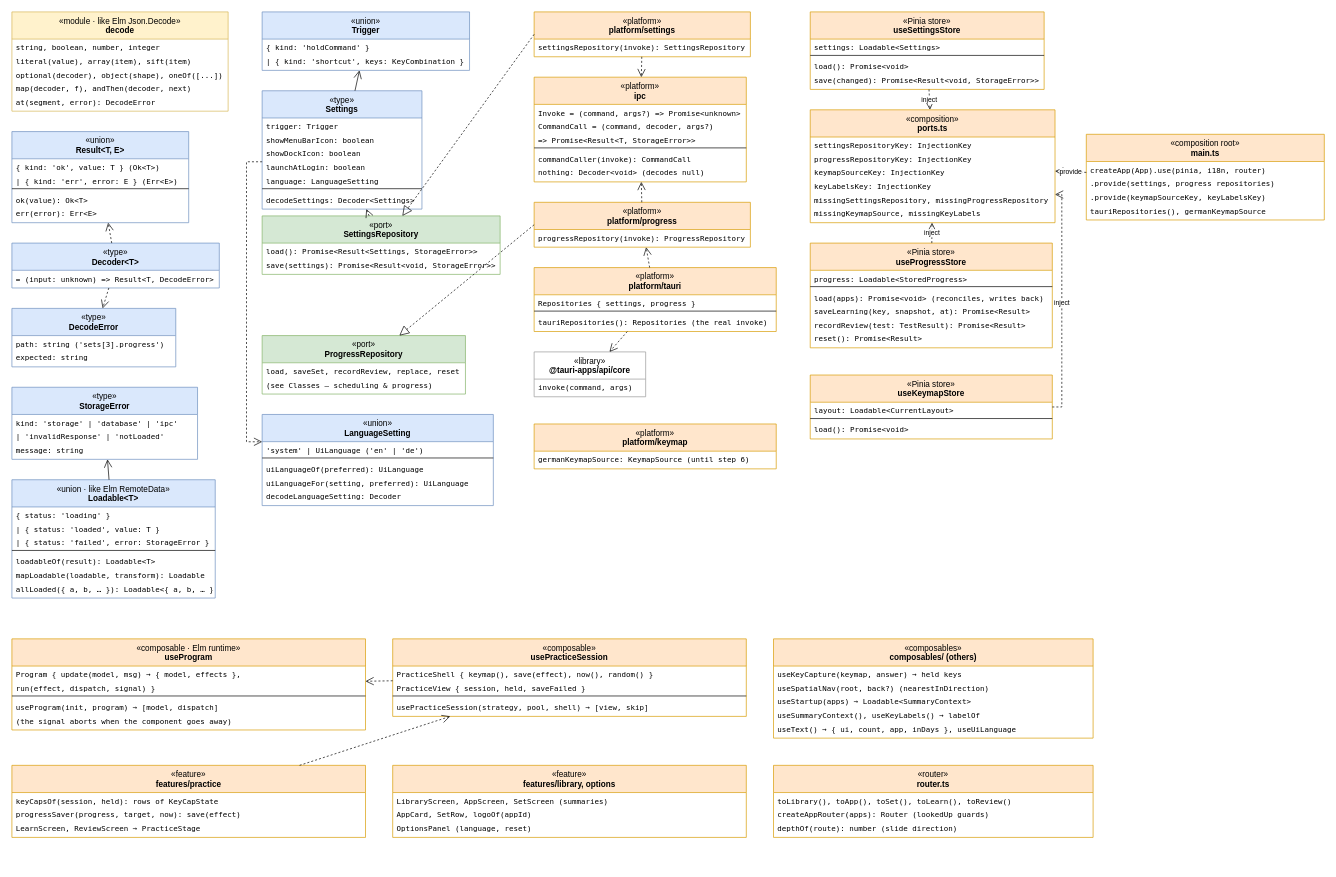
Above: page "Classes – settings, shared & shell" (5 of 10) of docs/uml.drawio in r0binius/mathe2-trainer (draw.io), before the change. Source tidied: cells renumbered, new cells numbered last; positions are measured from the earlier drawing's top-left corner, leaving out a move shared by most shapes. Both pictures are drawn from the tidied source at 68%, with x=0, y=0 at pixel (12, 12).
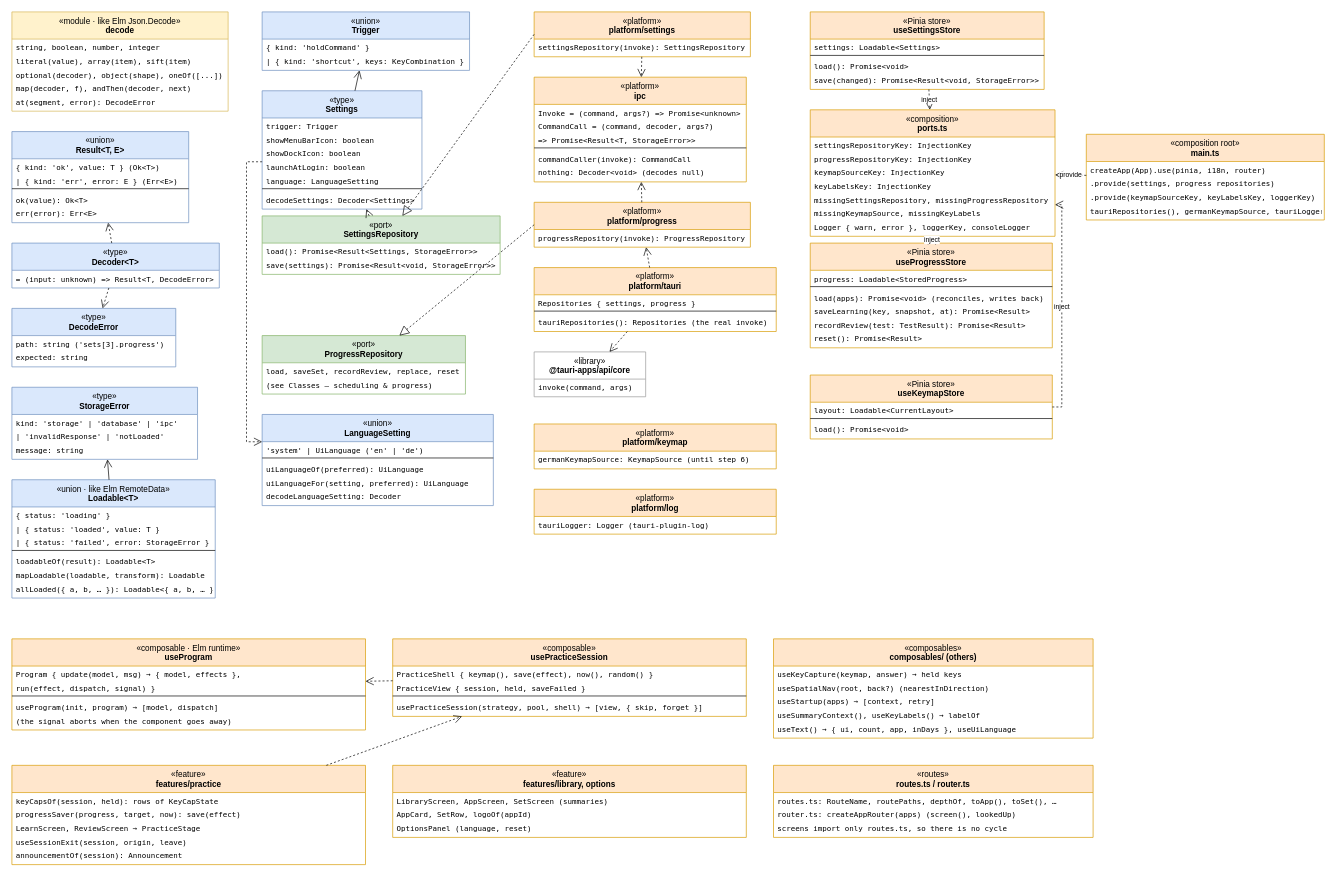
Above is the later version.

Unchanged cells that the change refers to:
```xml
<mxCell id="79" value="&amp;laquo;composition root&amp;raquo;&lt;br&gt;&lt;b&gt;main.ts&lt;/b&gt;" style="swimlane;fontStyle=0;align=center;verticalAlign=top;horizontal=1;startSize=40;html=1;whiteSpace=wrap;fillColor=#ffe6cc;strokeColor=#d79b00;swimlaneFillColor=#ffffff;" parent="1" vertex="1">
  <mxGeometry x="1580" y="180" width="350" height="126" as="geometry" />
</mxCell>
<mxCell id="122" value="&amp;laquo;composable&amp;raquo;&lt;br&gt;&lt;b&gt;usePracticeSession&lt;/b&gt;" style="swimlane;fontStyle=0;align=center;verticalAlign=top;horizontal=1;startSize=40;html=1;whiteSpace=wrap;fillColor=#ffe6cc;strokeColor=#d79b00;swimlaneFillColor=#ffffff;" parent="1" vertex="1">
  <mxGeometry x="560" y="922" width="520" height="114" as="geometry" />
</mxCell>
<mxCell id="127" value="&amp;laquo;composables&amp;raquo;&lt;br&gt;&lt;b&gt;composables/ (others)&lt;/b&gt;" style="swimlane;fontStyle=0;align=center;verticalAlign=top;horizontal=1;startSize=40;html=1;whiteSpace=wrap;fillColor=#ffe6cc;strokeColor=#d79b00;swimlaneFillColor=#ffffff;" parent="1" vertex="1">
  <mxGeometry x="1120" y="922" width="470" height="146" as="geometry" />
</mxCell>
```

Change to the diagram source:
```diff
@@
     <mxCell id="67" value="&amp;laquo;composition&amp;raquo;&lt;br&gt;&lt;b&gt;ports.ts&lt;/b&gt;" style="swimlane;fontStyle=0;align=center;verticalAlign=top;horizontal=1;startSize=40;html=1;whiteSpace=wrap;fillColor=#ffe6cc;strokeColor=#d79b00;swimlaneFillColor=#ffffff;" parent="1" vertex="1">
-      <mxGeometry x="1174" y="144" width="360" height="166" as="geometry" />
+      <mxGeometry x="1174" y="144" width="360" height="186" as="geometry" />
     </mxCell>
@@
-    <mxCell id="82" value=".provide(keymapSourceKey, keyLabelsKey)" style="text;strokeColor=none;fillColor=none;align=left;verticalAlign=top;spacingLeft=4;spacingRight=4;overflow=hidden;fontSize=11;fontFamily=Menlo;html=0;" parent="79" vertex="1">
+    <mxCell id="82" value=".provide(keymapSourceKey, keyLabelsKey, loggerKey)" style="text;strokeColor=none;fillColor=none;align=left;verticalAlign=top;spacingLeft=4;spacingRight=4;overflow=hidden;fontSize=11;fontFamily=Menlo;html=0;" parent="79" vertex="1">
       <mxGeometry y="80" width="350" height="20" as="geometry" />
     </mxCell>
-    <mxCell id="83" value="tauriRepositories(), germanKeymapSource" style="text;strokeColor=none;fillColor=none;align=left;verticalAlign=top;spacingLeft=4;spacingRight=4;overflow=hidden;fontSize=11;fontFamily=Menlo;html=0;" parent="79" vertex="1">
+    <mxCell id="83" value="tauriRepositories(), germanKeymapSource, tauriLogger" style="text;strokeColor=none;fillColor=none;align=left;verticalAlign=top;spacingLeft=4;spacingRight=4;overflow=hidden;fontSize=11;fontFamily=Menlo;html=0;" parent="79" vertex="1">
       <mxGeometry y="100" width="350" height="20" as="geometry" />
     </mxCell>
@@
-    <mxCell id="126" value="usePracticeSession(strategy, pool, shell) → [view, skip]" style="text;strokeColor=none;fillColor=none;align=left;verticalAlign=top;spacingLeft=4;spacingRight=4;overflow=hidden;fontSize=11;fontFamily=Menlo;html=0;" parent="122" vertex="1">
+    <mxCell id="126" value="usePracticeSession(strategy, pool, shell) → [view, { skip, forget }]" style="text;strokeColor=none;fillColor=none;align=left;verticalAlign=top;spacingLeft=4;spacingRight=4;overflow=hidden;fontSize=11;fontFamily=Menlo;html=0;" parent="122" vertex="1">
       <mxGeometry y="88" width="520" height="20" as="geometry" />
     </mxCell>
@@
-    <mxCell id="130" value="useStartup(apps) → Loadable&lt;SummaryContext&gt;" style="text;strokeColor=none;fillColor=none;align=left;verticalAlign=top;spacingLeft=4;spacingRight=4;overflow=hidden;fontSize=11;fontFamily=Menlo;html=0;" parent="127" vertex="1">
+    <mxCell id="130" value="useStartup(apps) → [context, retry]" style="text;strokeColor=none;fillColor=none;align=left;verticalAlign=top;spacingLeft=4;spacingRight=4;overflow=hidden;fontSize=11;fontFamily=Menlo;html=0;" parent="127" vertex="1">
       <mxGeometry y="80" width="470" height="20" as="geometry" />
     </mxCell>
@@
     <mxCell id="134" value="&amp;laquo;feature&amp;raquo;&lt;br&gt;&lt;b&gt;features/practice&lt;/b&gt;" style="swimlane;fontStyle=0;align=center;verticalAlign=top;horizontal=1;startSize=40;html=1;whiteSpace=wrap;fillColor=#ffe6cc;strokeColor=#d79b00;swimlaneFillColor=#ffffff;" parent="1" vertex="1">
-      <mxGeometry y="1108" width="520" height="106" as="geometry" />
+      <mxGeometry y="1108" width="520" height="146" as="geometry" />
     </mxCell>
@@
-    <mxCell id="142" value="&amp;laquo;router&amp;raquo;&lt;br&gt;&lt;b&gt;router.ts&lt;/b&gt;" style="swimlane;fontStyle=0;align=center;verticalAlign=top;horizontal=1;startSize=40;html=1;whiteSpace=wrap;fillColor=#ffe6cc;strokeColor=#d79b00;swimlaneFillColor=#ffffff;" parent="1" vertex="1">
+    <mxCell id="142" value="&amp;laquo;routes&amp;raquo;&lt;br&gt;&lt;b&gt;routes.ts / router.ts&lt;/b&gt;" style="swimlane;fontStyle=0;align=center;verticalAlign=top;horizontal=1;startSize=40;html=1;whiteSpace=wrap;fillColor=#ffe6cc;strokeColor=#d79b00;swimlaneFillColor=#ffffff;" parent="1" vertex="1">
       <mxGeometry x="1120" y="1108" width="470" height="106" as="geometry" />
     </mxCell>
-    <mxCell id="143" value="toLibrary(), toApp(), toSet(), toLearn(), toReview()" style="text;strokeColor=none;fillColor=none;align=left;verticalAlign=top;spacingLeft=4;spacingRight=4;overflow=hidden;fontSize=11;fontFamily=Menlo;html=0;" parent="142" vertex="1">
+    <mxCell id="143" value="routes.ts: RouteName, routePaths, depthOf, toApp(), toSet(), …" style="text;strokeColor=none;fillColor=none;align=left;verticalAlign=top;spacingLeft=4;spacingRight=4;overflow=hidden;fontSize=11;fontFamily=Menlo;html=0;" parent="142" vertex="1">
       <mxGeometry y="40" width="470" height="20" as="geometry" />
     </mxCell>
-    <mxCell id="144" value="createAppRouter(apps): Router  (lookedUp guards)" style="text;strokeColor=none;fillColor=none;align=left;verticalAlign=top;spacingLeft=4;spacingRight=4;overflow=hidden;fontSize=11;fontFamily=Menlo;html=0;" parent="142" vertex="1">
+    <mxCell id="144" value="router.ts: createAppRouter(apps)  (screen(), lookedUp)" style="text;strokeColor=none;fillColor=none;align=left;verticalAlign=top;spacingLeft=4;spacingRight=4;overflow=hidden;fontSize=11;fontFamily=Menlo;html=0;" parent="142" vertex="1">
       <mxGeometry y="60" width="470" height="20" as="geometry" />
     </mxCell>
-    <mxCell id="145" value="depthOf(route): number  (slide direction)" style="text;strokeColor=none;fillColor=none;align=left;verticalAlign=top;spacingLeft=4;spacingRight=4;overflow=hidden;fontSize=11;fontFamily=Menlo;html=0;" parent="142" vertex="1">
+    <mxCell id="145" value="screens import only routes.ts, so there is no cycle" style="text;strokeColor=none;fillColor=none;align=left;verticalAlign=top;spacingLeft=4;spacingRight=4;overflow=hidden;fontSize=11;fontFamily=Menlo;html=0;" parent="142" vertex="1">
       <mxGeometry y="80" width="470" height="20" as="geometry" />
     </mxCell>
@@
+    <mxCell id="148" value="Logger { warn, error }, loggerKey, consoleLogger" style="text;strokeColor=none;fillColor=none;align=left;verticalAlign=top;spacingLeft=4;spacingRight=4;overflow=hidden;fontSize=11;fontFamily=Menlo;html=0;" parent="67" vertex="1">
+      <mxGeometry y="160" width="360" height="20" as="geometry" />
+    </mxCell>
+    <mxCell id="149" value="useSessionExit(session, origin, leave)" style="text;strokeColor=none;fillColor=none;align=left;verticalAlign=top;spacingLeft=4;spacingRight=4;overflow=hidden;fontSize=11;fontFamily=Menlo;html=0;" parent="134" vertex="1">
+      <mxGeometry y="100" width="520" height="20" as="geometry" />
+    </mxCell>
+    <mxCell id="150" value="announcementOf(session): Announcement" style="text;strokeColor=none;fillColor=none;align=left;verticalAlign=top;spacingLeft=4;spacingRight=4;overflow=hidden;fontSize=11;fontFamily=Menlo;html=0;" parent="134" vertex="1">
+      <mxGeometry y="120" width="520" height="20" as="geometry" />
+    </mxCell>
+    <mxCell id="151" value="&amp;laquo;platform&amp;raquo;&lt;br&gt;&lt;b&gt;platform/log&lt;/b&gt;" style="swimlane;fontStyle=0;align=center;verticalAlign=top;horizontal=1;startSize=40;html=1;whiteSpace=wrap;fillColor=#ffe6cc;strokeColor=#d79b00;swimlaneFillColor=#ffffff;" parent="1" vertex="1">
+      <mxGeometry x="768" y="702" width="356" height="66" as="geometry" />
+    </mxCell>
+    <mxCell id="152" value="tauriLogger: Logger  (tauri-plugin-log)" style="text;strokeColor=none;fillColor=none;align=left;verticalAlign=top;spacingLeft=4;spacingRight=4;overflow=hidden;fontSize=11;fontFamily=Menlo;html=0;" parent="151" vertex="1">
+      <mxGeometry y="40" width="356" height="20" as="geometry" />
+    </mxCell>
```
